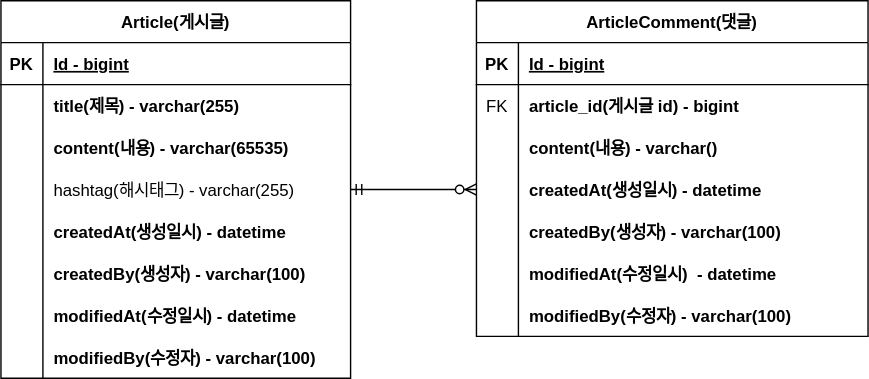
Above: document/project-board-erd.svg in 5dongdong/project-board (draw.io), before the change. Source tidied: cells renumbered, new cells last; positions are measured from the earlier drawing's top-left corner, leaving out a move shared by most shapes.
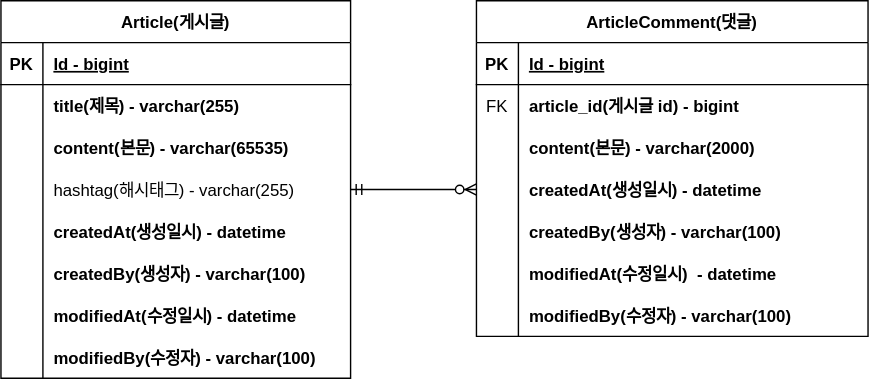
After the change.

Commit message:
#8 - ERD 주석 업데이트 project-board-erd.svg

What changed in the source:
```diff
@@ -29,7 +29,7 @@
     <mxCell id="10" style="shape=partialRectangle;overflow=hidden;fillColor=none;top=0;left=0;bottom=0;right=0;" parent="9" vertex="1">
       <mxGeometry width="30" height="30" as="geometry" />
     </mxCell>
-    <mxCell id="11" value="content(내용) - varchar(65535)" style="shape=partialRectangle;overflow=hidden;fillColor=none;top=0;left=0;bottom=0;right=0;align=left;spacingLeft=6;fontStyle=1;" parent="9" vertex="1">
+    <mxCell id="11" value="content(본문) - varchar(65535)" style="shape=partialRectangle;overflow=hidden;fillColor=none;top=0;left=0;bottom=0;right=0;align=left;spacingLeft=6;fontStyle=1;" parent="9" vertex="1">
       <mxGeometry x="30" width="220" height="30" as="geometry" />
     </mxCell>
     <mxCell id="12" style="shape=partialRectangle;fillColor=none;points=[[0,0.5],[1,0.5]];portConstraint=eastwest;top=0;left=0;right=0;bottom=0;" parent="2" vertex="1">
@@ -104,7 +104,7 @@
     <mxCell id="35" style="shape=partialRectangle;overflow=hidden;fillColor=none;top=0;left=0;bottom=0;right=0;" parent="34" vertex="1">
       <mxGeometry width="30" height="30" as="geometry" />
     </mxCell>
-    <mxCell id="36" value="content(내용) - varchar()" style="shape=partialRectangle;overflow=hidden;fillColor=none;top=0;left=0;bottom=0;right=0;align=left;spacingLeft=6;fontStyle=1;" parent="34" vertex="1">
+    <mxCell id="36" value="content(본문) - varchar(2000)" style="shape=partialRectangle;overflow=hidden;fillColor=none;top=0;left=0;bottom=0;right=0;align=left;spacingLeft=6;fontStyle=1;" parent="34" vertex="1">
       <mxGeometry x="30" width="250" height="30" as="geometry" />
     </mxCell>
     <mxCell id="37" style="shape=partialRectangle;fillColor=none;points=[[0,0.5],[1,0.5]];portConstraint=eastwest;top=0;left=0;right=0;bottom=0;" parent="27" vertex="1">
```
